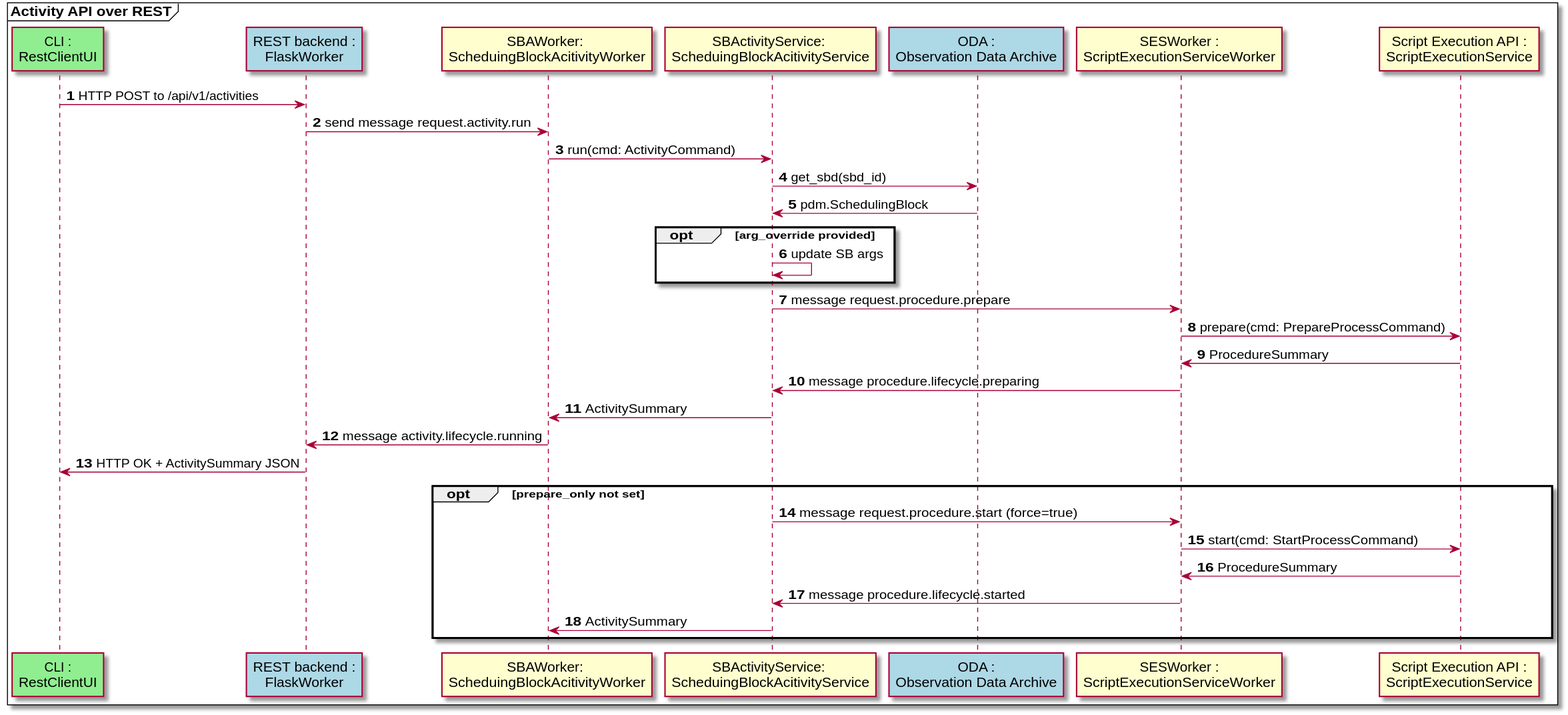
Before: docs/src/diagrams/export/backend_module_ui_sequence_activity_api_over_rest.svg, a diagram exported from PlantUML (ska-telescope/observation-execution-tool).
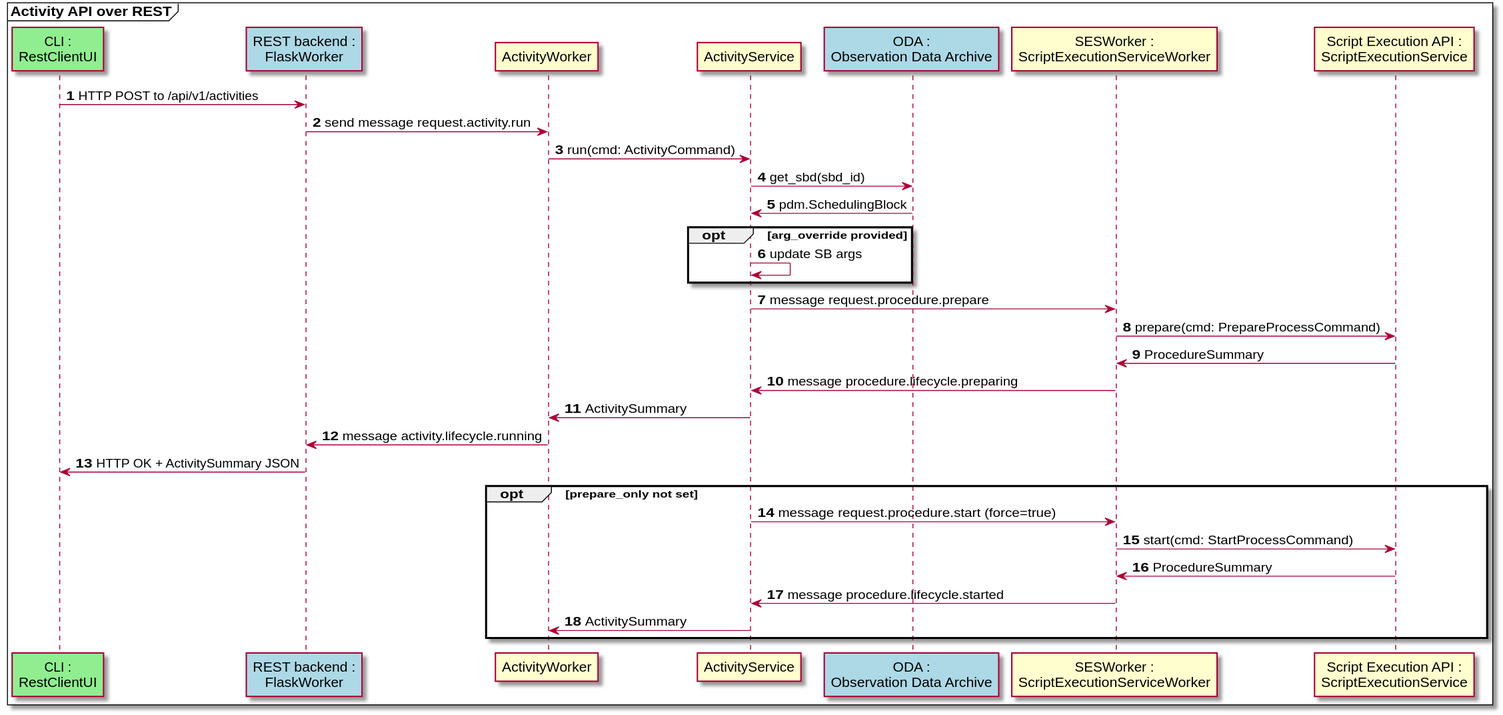
After the commit.

Commit message:
BTN-1541 Update activity worker and service names in diagrams

What changed in the source:
```diff
@@ -7,48 +7,48 @@
 
 participant cli as "CLI :\nRestClientUI" #lightgreen
 participant FlaskWorker as "REST backend :\nFlaskWorker" #lightblue
-participant SBActivityWorker as "SBAWorker: \nScheduingBlockAcitivityWorker"
-participant SBActivityService as "SBActivityService: \nScheduingBlockAcitivityService"
+participant ActivityWorker
+participant ActivityService
 participant ODA as "ODA :\nObservation Data Archive" #lightblue
 participant ScriptExecutionServiceWorker as "SESWorker :\nScriptExecutionServiceWorker"
 participant ScriptExecutionService as "Script Execution API :\nScriptExecutionService"
 
 cli -> FlaskWorker: HTTP POST to /api/v1/activities
 
-FlaskWorker -> SBActivityWorker: send message request.activity.run
+FlaskWorker -> ActivityWorker: send message request.activity.run
 
-SBActivityWorker -> SBActivityService: run(cmd: ActivityCommand)
+ActivityWorker -> ActivityService: run(cmd: ActivityCommand)
 
-SBActivityService -> ODA: get_sbd(sbd_id)
-ODA -> SBActivityService: pdm.SchedulingBlock
+ActivityService -> ODA: get_sbd(sbd_id)
+ODA -> ActivityService: pdm.SchedulingBlock
 opt arg_override provided
-SBActivityService -> SBActivityService: update SB args
+ActivityService -> ActivityService: update SB args
 end
 
-SBActivityService -> ScriptExecutionServiceWorker: message request.procedure.prepare
+ActivityService -> ScriptExecutionServiceWorker: message request.procedure.prepare
 
 ScriptExecutionServiceWorker -> ScriptExecutionService: prepare(cmd: PrepareProcessCommand)
 
 ScriptExecutionService -> ScriptExecutionServiceWorker: ProcedureSummary
 
-ScriptExecutionServiceWorker -> SBActivityService: message procedure.lifecycle.preparing
+ScriptExecutionServiceWorker -> ActivityService: message procedure.lifecycle.preparing
 
-SBActivityService -> SBActivityWorker: ActivitySummary
+ActivityService -> ActivityWorker: ActivitySummary
 
-SBActivityWorker -> FlaskWorker: message activity.lifecycle.running
+ActivityWorker -> FlaskWorker: message activity.lifecycle.running
 
 cli <- FlaskWorker: HTTP OK + ActivitySummary JSON
 
 opt prepare_only not set
-SBActivityService -> ScriptExecutionServiceWorker: message request.procedure.start (force=true)
+ActivityService -> ScriptExecutionServiceWorker: message request.procedure.start (force=true)
 
 ScriptExecutionServiceWorker -> ScriptExecutionService: start(cmd: StartProcessCommand)
 
 ScriptExecutionService -> ScriptExecutionServiceWorker: ProcedureSummary
 
-ScriptExecutionServiceWorker -> SBActivityService: message procedure.lifecycle.started
+ScriptExecutionServiceWorker -> ActivityService: message procedure.lifecycle.started
 
-SBActivityService -> SBActivityWorker: ActivitySummary
+ActivityService -> ActivityWorker: ActivitySummary
 
 end
 
```
